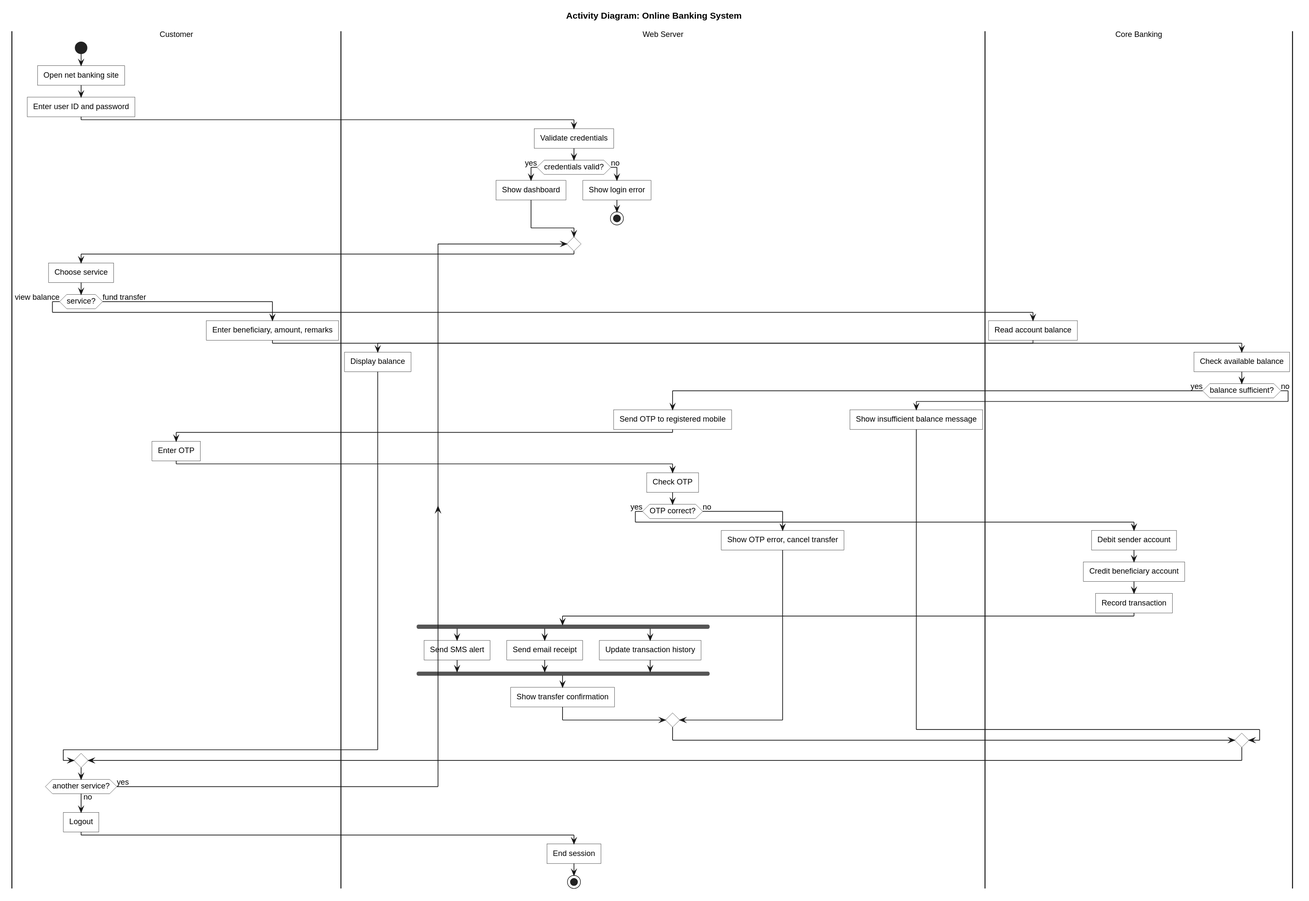
Earlier version of the PlantUML export public/code/mcsl-222/section-1/session-5/online_banking_activity.svg (theetherGit/mca-ignou-labs). Its source is kept beside it as public/code/mcsl-222/section-1/session-5/online_banking_activity.puml.
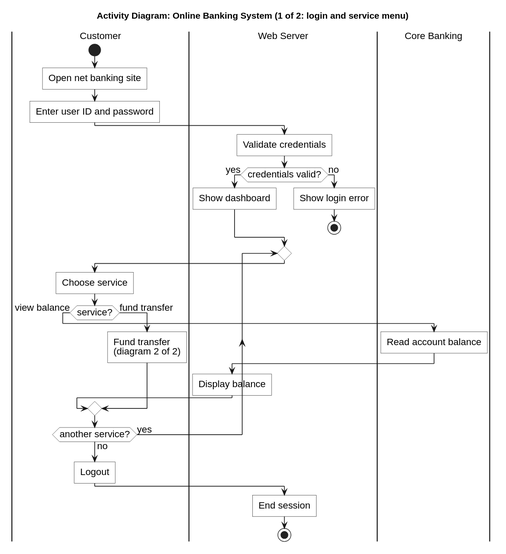
Above is the later version.

What changed in the source:
```diff
@@ -1,5 +1,7 @@
 @startuml
-title Activity Diagram: Online Banking System
+skinparam defaultFontSize 16
+skinparam ActivityFontSize 16
+title Activity Diagram: Online Banking System (1 of 2: login and service menu)
 |Customer|
 start
 :Open net banking site;
@@ -22,37 +24,8 @@
     :Display balance;
   else (fund transfer)
     |Customer|
-    :Enter beneficiary, amount, remarks;
-    |Core Banking|
-    :Check available balance;
-    if (balance sufficient?) then (yes)
-      |Web Server|
-      :Send OTP to registered mobile;
-      |Customer|
-      :Enter OTP;
-      |Web Server|
-      :Check OTP;
-      if (OTP correct?) then (yes)
-        |Core Banking|
-        :Debit sender account;
-        :Credit beneficiary account;
-        :Record transaction;
-        |Web Server|
-        fork
-          :Send SMS alert;
-        fork again
-          :Send email receipt;
-        fork again
-          :Update transaction history;
-        end fork
-        :Show transfer confirmation;
-      else (no)
-        :Show OTP error, cancel transfer;
-      endif
-    else (no)
-      |Web Server|
-      :Show insufficient balance message;
-    endif
+    :Fund transfer
+    (diagram 2 of 2);
   endif
   |Customer|
 repeat while (another service?) is (yes) not (no)
```
